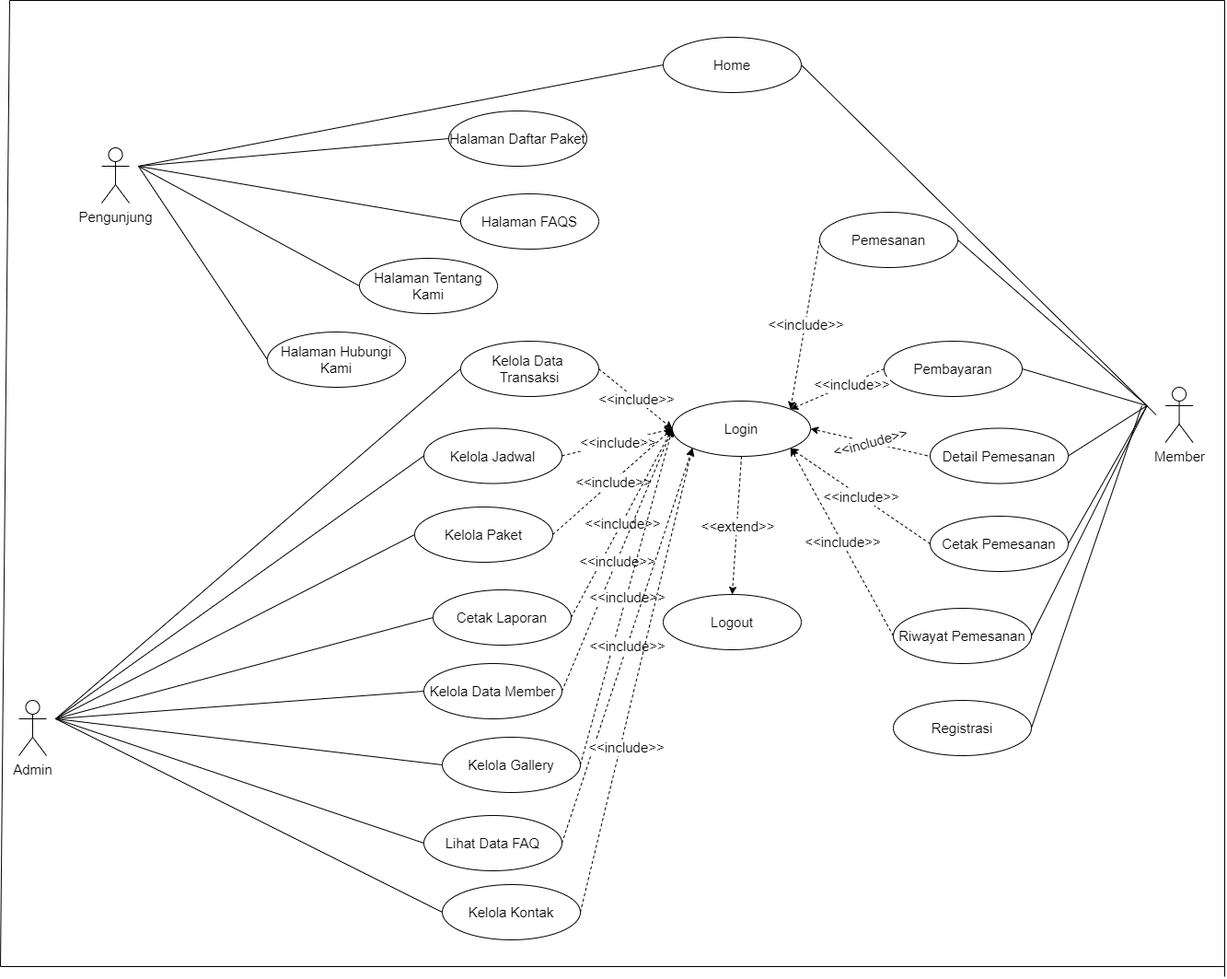
Before: SKRIPSI TARMIZI MAULANA/ARSIP/USE CASE DIAGRAM/DIAGRAM SKIRPSI TARMIZI MAULANA-USE CASE DIAGRAM.png, a diagram exported from draw.io (Khairul122/JK-WebPemesananJasaFotografer-ED). Source tidied: cells renumbered, new cells last; positions are measured from the earlier drawing's top-left corner, leaving out a move shared by most shapes.
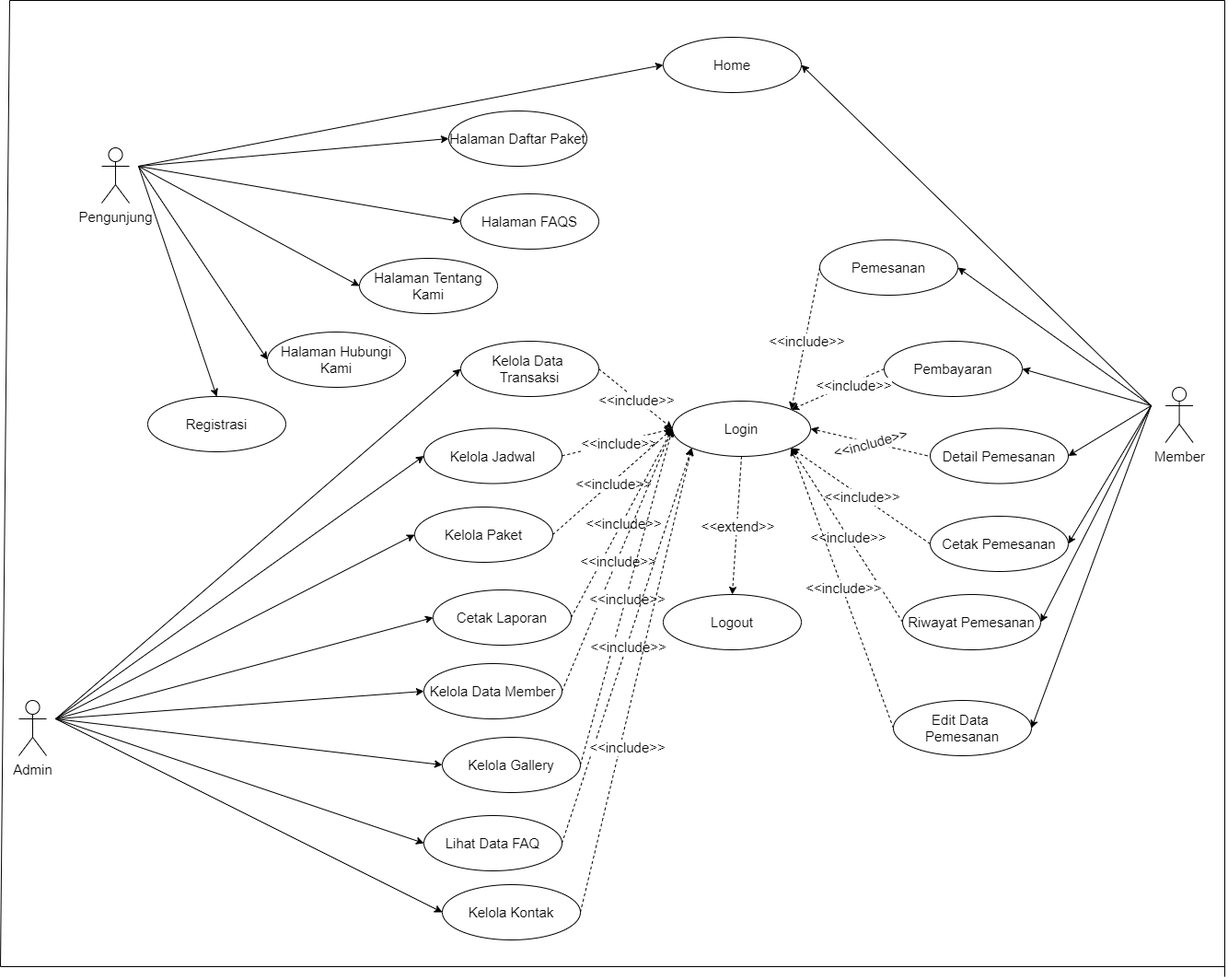
Later version of the same file.

The edit, as a diff of the source:
```diff
@@ -20,27 +20,22 @@
     <mxCell id="7" value="Halaman Hubungi Kami" style="ellipse;whiteSpace=wrap;html=1;fontSize=15;" parent="1" vertex="1">
       <mxGeometry x="290" y="360" width="150" height="60" as="geometry" />
     </mxCell>
-    <mxCell id="8" style="endArrow=none;html=1;entryX=0;entryY=0.5;entryDx=0;entryDy=0;fontSize=15;" parent="1" edge="1" target="3">
-      <mxGeometry relative="1" as="geometry">
-        <mxPoint x="150" y="180" as="sourcePoint" />
-      </mxGeometry>
-    </mxCell>
-    <mxCell id="9" style="endArrow=none;html=1;entryX=0;entryY=0.5;entryDx=0;entryDy=0;fontSize=15;" parent="1" edge="1" target="4">
+    <mxCell id="9" style="endArrow=none;html=1;entryX=0;entryY=0.5;entryDx=0;entryDy=0;fontSize=15;endArrow=classic;" parent="1" edge="1" target="4">
       <mxGeometry relative="1" as="geometry">
         <mxPoint x="150" y="180" as="sourcePoint" />
       </mxGeometry>
     </mxCell>
-    <mxCell id="10" style="endArrow=none;html=1;entryX=0;entryY=0.5;entryDx=0;entryDy=0;fontSize=15;" parent="1" edge="1" target="5">
+    <mxCell id="10" style="endArrow=none;html=1;entryX=0;entryY=0.5;entryDx=0;entryDy=0;fontSize=15;endArrow=classic;" parent="1" edge="1" target="5">
       <mxGeometry relative="1" as="geometry">
         <mxPoint x="150" y="180" as="sourcePoint" />
       </mxGeometry>
     </mxCell>
-    <mxCell id="11" style="endArrow=none;html=1;entryX=0;entryY=0.5;entryDx=0;entryDy=0;fontSize=15;" parent="1" edge="1" target="6">
+    <mxCell id="11" style="endArrow=none;html=1;entryX=0;entryY=0.5;entryDx=0;entryDy=0;fontSize=15;endArrow=classic;" parent="1" edge="1" target="6">
       <mxGeometry relative="1" as="geometry">
         <mxPoint x="150" y="180" as="sourcePoint" />
       </mxGeometry>
     </mxCell>
-    <mxCell id="12" style="endArrow=none;html=1;entryX=0;entryY=0.5;entryDx=0;entryDy=0;fontSize=15;" parent="1" edge="1" target="7">
+    <mxCell id="12" style="endArrow=none;html=1;entryX=0;entryY=0.5;entryDx=0;entryDy=0;fontSize=15;endArrow=classic;" parent="1" edge="1" target="7">
       <mxGeometry relative="1" as="geometry">
         <mxPoint x="150" y="180" as="sourcePoint" />
       </mxGeometry>
@@ -52,19 +47,19 @@
       <mxGeometry x="730" y="435" width="150" height="60" as="geometry" />
     </mxCell>
     <mxCell id="15" value="Pemesanan" style="ellipse;whiteSpace=wrap;html=1;fontSize=15;" parent="1" vertex="1">
-      <mxGeometry x="890" y="230" width="150" height="60" as="geometry" />
+      <mxGeometry x="890" y="260" width="150" height="60" as="geometry" />
     </mxCell>
-    <mxCell id="16" style="endArrow=none;html=1;exitX=1;exitY=0.5;exitDx=0;exitDy=0;fontSize=15;" parent="1" edge="1" source="15">
+    <mxCell id="16" style="endArrow=none;html=1;fontSize=15;entryX=1;entryY=0.5;entryDx=0;entryDy=0;endArrow=classic;" parent="1" edge="1" target="15">
       <mxGeometry relative="1" as="geometry">
-        <mxPoint x="1245.6" y="440" as="targetPoint" />
+        <mxPoint x="1250" y="440" as="sourcePoint" />
       </mxGeometry>
     </mxCell>
     <mxCell id="17" value="Pembayaran" style="ellipse;whiteSpace=wrap;html=1;fontSize=15;" parent="1" vertex="1">
       <mxGeometry x="960" y="370" width="150" height="60" as="geometry" />
     </mxCell>
-    <mxCell id="18" style="endArrow=none;html=1;exitX=1;exitY=0.5;exitDx=0;exitDy=0;fontSize=15;" parent="1" edge="1" source="17">
+    <mxCell id="18" style="endArrow=none;html=1;exitX=1;exitY=0.5;exitDx=0;exitDy=0;fontSize=15;endArrow=classic;entryX=1;entryY=0.5;entryDx=0;entryDy=0;" parent="1" edge="1" target="17">
       <mxGeometry relative="1" as="geometry">
-        <mxPoint x="1245.6" y="440" as="targetPoint" />
+        <mxPoint x="1250" y="440" as="sourcePoint" />
       </mxGeometry>
     </mxCell>
     <mxCell id="19" value="Detail Pemesanan" style="ellipse;whiteSpace=wrap;html=1;fontSize=15;" parent="1" vertex="1">
@@ -74,21 +69,21 @@
       <mxGeometry x="1010" y="560" width="150" height="60" as="geometry" />
     </mxCell>
     <mxCell id="21" value="Riwayat Pemesanan" style="ellipse;whiteSpace=wrap;html=1;fontSize=15;" parent="1" vertex="1">
-      <mxGeometry x="970" y="660" width="150" height="60" as="geometry" />
+      <mxGeometry x="980" y="645" width="150" height="60" as="geometry" />
     </mxCell>
-    <mxCell id="22" style="endArrow=none;html=1;exitX=1;exitY=0.5;exitDx=0;exitDy=0;fontSize=15;" parent="1" edge="1" source="19">
+    <mxCell id="22" style="endArrow=none;html=1;exitX=1;exitY=0.5;exitDx=0;exitDy=0;fontSize=15;entryX=1;entryY=0.5;entryDx=0;entryDy=0;endArrow=classic;" parent="1" edge="1" target="19">
       <mxGeometry relative="1" as="geometry">
-        <mxPoint x="1245.6" y="440" as="targetPoint" />
+        <mxPoint x="1250" y="440" as="sourcePoint" />
       </mxGeometry>
     </mxCell>
-    <mxCell id="23" style="endArrow=none;html=1;exitX=1;exitY=0.5;exitDx=0;exitDy=0;fontSize=15;" parent="1" edge="1" source="20">
+    <mxCell id="23" style="endArrow=none;html=1;exitX=1;exitY=0.5;exitDx=0;exitDy=0;fontSize=15;entryX=1;entryY=0.5;entryDx=0;entryDy=0;endArrow=classic;" parent="1" edge="1" target="20">
       <mxGeometry relative="1" as="geometry">
-        <mxPoint x="1245.6" y="440" as="targetPoint" />
+        <mxPoint x="1250" y="440" as="sourcePoint" />
       </mxGeometry>
     </mxCell>
-    <mxCell id="24" style="endArrow=none;html=1;exitX=1;exitY=0.5;exitDx=0;exitDy=0;fontSize=15;" parent="1" edge="1" source="21">
+    <mxCell id="24" style="endArrow=none;html=1;exitX=1;exitY=0.5;exitDx=0;exitDy=0;fontSize=15;endArrow=classic;entryX=1;entryY=0.5;entryDx=0;entryDy=0;" parent="1" edge="1" target="21">
       <mxGeometry relative="1" as="geometry">
-        <mxPoint x="1245.6" y="440" as="targetPoint" />
+        <mxPoint x="1250" y="440" as="sourcePoint" />
       </mxGeometry>
     </mxCell>
     <mxCell id="25" style="endArrow=classic;html=1;dashed=1;exitX=0;exitY=0.5;exitDx=0;exitDy=0;entryX=1;entryY=0;entryDx=0;entryDy=0;fontSize=15;" parent="1" edge="1" source="15" target="14">
@@ -150,42 +145,42 @@
     <mxCell id="43" value="Kelola Kontak" style="ellipse;whiteSpace=wrap;html=1;fontSize=15;" parent="1" vertex="1">
       <mxGeometry x="480" y="960" width="150" height="60" as="geometry" />
     </mxCell>
-    <mxCell id="44" style="endArrow=none;html=1;entryX=0;entryY=0.5;entryDx=0;entryDy=0;fontSize=15;" parent="1" edge="1" target="36">
+    <mxCell id="44" style="endArrow=none;html=1;entryX=0;entryY=0.5;entryDx=0;entryDy=0;fontSize=15;endArrow=classic;" parent="1" edge="1" target="36">
       <mxGeometry relative="1" as="geometry">
         <mxPoint x="60" y="780" as="sourcePoint" />
       </mxGeometry>
     </mxCell>
-    <mxCell id="45" style="endArrow=none;html=1;entryX=0;entryY=0.5;entryDx=0;entryDy=0;fontSize=15;" parent="1" edge="1" target="37">
+    <mxCell id="45" style="endArrow=none;html=1;entryX=0;entryY=0.5;entryDx=0;entryDy=0;fontSize=15;endArrow=classic;" parent="1" edge="1" target="37">
       <mxGeometry relative="1" as="geometry">
         <mxPoint x="60" y="780" as="sourcePoint" />
       </mxGeometry>
     </mxCell>
-    <mxCell id="46" style="endArrow=none;html=1;entryX=0;entryY=0.5;entryDx=0;entryDy=0;fontSize=15;" parent="1" edge="1" target="38">
+    <mxCell id="46" style="endArrow=none;html=1;entryX=0;entryY=0.5;entryDx=0;entryDy=0;fontSize=15;endArrow=classic;" parent="1" edge="1" target="38">
       <mxGeometry relative="1" as="geometry">
         <mxPoint x="60" y="780" as="sourcePoint" />
       </mxGeometry>
     </mxCell>
-    <mxCell id="47" style="endArrow=none;html=1;entryX=0;entryY=0.5;entryDx=0;entryDy=0;fontSize=15;" parent="1" edge="1" target="39">
+    <mxCell id="47" style="endArrow=none;html=1;entryX=0;entryY=0.5;entryDx=0;entryDy=0;fontSize=15;endArrow=classic;" parent="1" edge="1" target="39">
       <mxGeometry relative="1" as="geometry">
         <mxPoint x="60" y="780" as="sourcePoint" />
       </mxGeometry>
     </mxCell>
-    <mxCell id="48" style="endArrow=none;html=1;entryX=0;entryY=0.5;entryDx=0;entryDy=0;fontSize=15;" parent="1" edge="1" target="40">
+    <mxCell id="48" style="endArrow=none;html=1;entryX=0;entryY=0.5;entryDx=0;entryDy=0;fontSize=15;endArrow=classic;" parent="1" edge="1" target="40">
       <mxGeometry relative="1" as="geometry">
         <mxPoint x="60" y="780" as="sourcePoint" />
       </mxGeometry>
     </mxCell>
-    <mxCell id="49" style="endArrow=none;html=1;entryX=0;entryY=0.5;entryDx=0;entryDy=0;fontSize=15;" parent="1" edge="1" target="41">
+    <mxCell id="49" style="endArrow=none;html=1;entryX=0;entryY=0.5;entryDx=0;entryDy=0;fontSize=15;endArrow=classic;" parent="1" edge="1" target="41">
       <mxGeometry relative="1" as="geometry">
         <mxPoint x="60" y="780" as="sourcePoint" />
       </mxGeometry>
     </mxCell>
-    <mxCell id="50" style="endArrow=none;html=1;entryX=0;entryY=0.5;entryDx=0;entryDy=0;fontSize=15;" parent="1" edge="1" target="42">
+    <mxCell id="50" style="endArrow=none;html=1;entryX=0;entryY=0.5;entryDx=0;entryDy=0;fontSize=15;endArrow=classic;" parent="1" edge="1" target="42">
       <mxGeometry relative="1" as="geometry">
         <mxPoint x="60" y="780" as="sourcePoint" />
       </mxGeometry>
     </mxCell>
-    <mxCell id="51" style="endArrow=none;html=1;entryX=0;entryY=0.5;entryDx=0;entryDy=0;fontSize=15;" parent="1" edge="1" target="43">
+    <mxCell id="51" style="endArrow=none;html=1;entryX=0;entryY=0.5;entryDx=0;entryDy=0;fontSize=15;endArrow=classic;" parent="1" edge="1" target="43">
       <mxGeometry relative="1" as="geometry">
         <mxPoint x="60" y="780" as="sourcePoint" />
       </mxGeometry>
@@ -273,18 +268,37 @@
         <mxPoint x="10" as="targetPoint" />
       </mxGeometry>
     </mxCell>
-    <mxCell id="75" style="endArrow=none;html=1;exitX=1;exitY=0.5;exitDx=0;exitDy=0;fontSize=15;" parent="1" edge="1" source="3">
+    <mxCell id="75" style="endArrow=none;html=1;fontSize=15;endArrow=classic;entryX=1;entryY=0.5;entryDx=0;entryDy=0;" parent="1" edge="1" target="3">
       <mxGeometry relative="1" as="geometry">
-        <mxPoint x="1255.6" y="450" as="targetPoint" />
+        <mxPoint x="1250" y="440" as="sourcePoint" />
       </mxGeometry>
     </mxCell>
-    <mxCell id="76" value="Registrasi" style="ellipse;whiteSpace=wrap;html=1;fontSize=15;" parent="1" vertex="1">
+    <mxCell id="76" value="Edit Data &lt;br&gt;Pemesanan" style="ellipse;whiteSpace=wrap;html=1;fontSize=15;" parent="1" vertex="1">
       <mxGeometry x="970" y="760" width="150" height="60" as="geometry" />
     </mxCell>
-    <mxCell id="77" style="endArrow=none;html=1;exitX=1;exitY=0.5;exitDx=0;exitDy=0;fontSize=15;" parent="1" edge="1" source="76">
+    <mxCell id="77" style="endArrow=none;html=1;exitX=1;exitY=0.5;exitDx=0;exitDy=0;fontSize=15;entryX=1;entryY=0.5;entryDx=0;entryDy=0;endArrow=classic;" parent="1" edge="1" target="76">
       <mxGeometry relative="1" as="geometry">
-        <mxPoint x="1240" y="440" as="targetPoint" />
+        <mxPoint x="1250" y="440" as="sourcePoint" />
       </mxGeometry>
     </mxCell>
+    <mxCell id="78" value="Registrasi" style="ellipse;whiteSpace=wrap;html=1;fontSize=15;" parent="1" vertex="1">
+      <mxGeometry x="160" y="430" width="150" height="60" as="geometry" />
+    </mxCell>
+    <mxCell id="8" style="endArrow=none;html=1;entryX=0;entryY=0.5;entryDx=0;entryDy=0;fontSize=15;endArrow=classic;" parent="1" edge="1" target="3">
+      <mxGeometry relative="1" as="geometry">
+        <mxPoint x="150" y="180" as="sourcePoint" />
+      </mxGeometry>
+    </mxCell>
+    <mxCell id="79" style="endArrow=classic;html=1;dashed=1;exitX=0;exitY=0.5;exitDx=0;exitDy=0;entryX=1;entryY=1;entryDx=0;entryDy=0;fontSize=15;" parent="1" edge="1" source="76" target="14">
+      <mxGeometry relative="1" as="geometry" />
+    </mxCell>
+    <mxCell id="80" value="&amp;lt;&amp;lt;include&amp;gt;&amp;gt;" style="edgeLabel;html=1;align=center;verticalAlign=middle;fontSize=15;" parent="79" vertex="1">
+      <mxGeometry relative="1" as="geometry" />
+    </mxCell>
+    <mxCell id="81" style="endArrow=none;html=1;entryX=0.5;entryY=0;entryDx=0;entryDy=0;fontSize=15;endArrow=classic;" parent="1" edge="1" target="78">
+      <mxGeometry relative="1" as="geometry">
+        <mxPoint x="150" y="180" as="sourcePoint" />
+      </mxGeometry>
+    </mxCell>
   </root>
 </mxGraphModel>
```
